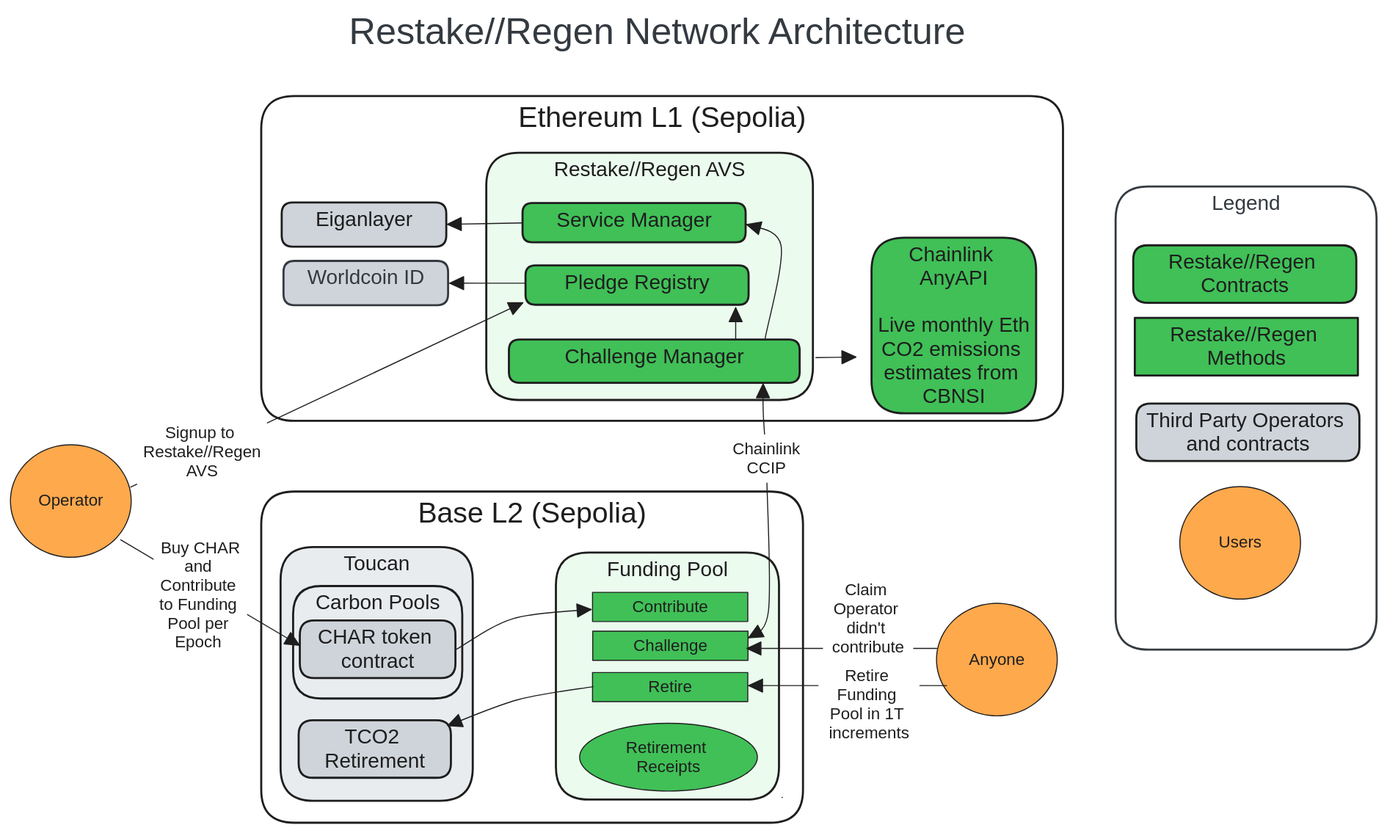
Earlier version of the Excalidraw export assets/figures/network_diagram.excalidraw.svg (willemolding/Restake-Regen). Source tidied: one line per element, renumbered; positions are measured from the earlier drawing's top-left corner, leaving out a move shared by most shapes.
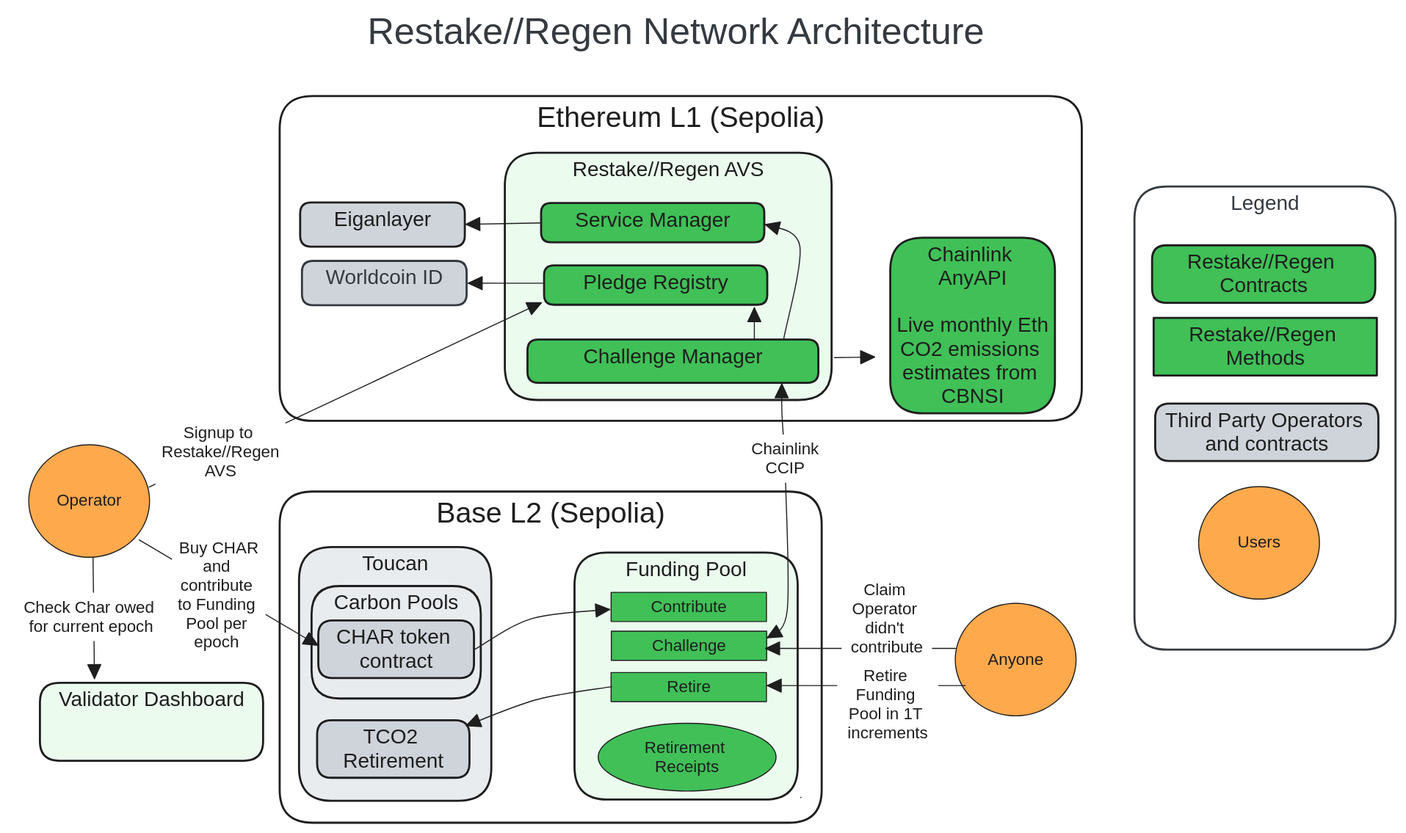
After the change.

The edit, as a diff of the source:
```diff
@@ -45,7 +45,7 @@
 {"id": 44, "type": "text", "text": "Operator", "strokeColor": "#1e1e1e", "strokeWidth": 1, "roughness": 0, "fontSize": 16, "fontFamily": 2, "textAlign": "center", "verticalAlign": "middle", "inside": 43, "x": 27, "y": 468, "width": 63, "height": 18}
 {"id": 45, "type": "arrow", "strokeColor": "#1e1e1e", "strokeWidth": 1, "roughness": 0, "endArrowhead": "triangle", "round": true, "from": 43, "to": 29, "x": 107, "y": 516, "width": 174, "height": 103, "points": [[0, 0], [174, 103]]}
 {"id": 46, "type": "rectangle", "strokeColor": "transparent", "backgroundColor": "#ffffff", "fillStyle": "solid", "strokeWidth": 1, "roughness": 0, "x": 139, "y": 509, "width": 91, "height": 121}
-{"id": 47, "type": "text", "text": "Buy CHAR\nand \nContribute \nto Funding \nPool per \nEpoch ", "strokeColor": "#1e1e1e", "backgroundColor": "#ffffff", "fillStyle": "solid", "strokeWidth": 1, "roughness": 0, "fontSize": 16, "fontFamily": 2, "textAlign": "center", "verticalAlign": "middle", "inside": 46, "x": 145, "y": 514, "width": 80, "height": 110}
+{"id": 47, "type": "text", "text": "Buy CHAR\nand \ncontribute \nto Funding \nPool per \nepoch ", "strokeColor": "#1e1e1e", "backgroundColor": "#ffffff", "fillStyle": "solid", "strokeWidth": 1, "roughness": 0, "fontSize": 16, "fontFamily": 2, "textAlign": "center", "verticalAlign": "middle", "inside": 46, "x": 145, "y": 514, "width": 80, "height": 110}
 {"id": 48, "type": "arrow", "strokeColor": "#1e1e1e", "strokeWidth": 1, "roughness": 0, "endArrowhead": "triangle", "round": true, "from": 54, "x": 902, "y": 621, "width": 185, "height": 0, "points": [[0, 0], [-185, 0]]}
 {"id": 49, "type": "rectangle", "strokeColor": "transparent", "backgroundColor": "#ffffff", "fillStyle": "solid", "strokeWidth": 1, "roughness": 0, "x": 791, "y": 550, "width": 88, "height": 84}
 {"id": 50, "type": "text", "text": "Claim \nOperator \ndidn't \ncontribute", "strokeColor": "#1e1e1e", "backgroundColor": "#ffffff", "fillStyle": "solid", "strokeWidth": 1, "roughness": 0, "fontSize": 16, "fontFamily": 2, "textAlign": "center", "verticalAlign": "middle", "inside": 49, "x": 800, "y": 555, "width": 70, "height": 74}
@@ -73,3 +73,8 @@
 {"id": 72, "type": "arrow", "strokeColor": "#1e1e1e", "strokeWidth": 1, "roughness": 0, "endArrowhead": "triangle", "round": true, "from": 23, "to": 21, "x": 735, "y": 319, "width": 34, "height": 111, "points": [[0, 0], [16, -90], [-18, -111]]}
 {"id": 73, "type": "arrow", "strokeColor": "#1e1e1e", "strokeWidth": 1, "roughness": 0, "endArrowhead": "triangle", "round": true, "to": 6, "x": 567, "y": 659, "width": 141, "height": 38, "points": [[0, 0], [-73, 13], [-141, 38]]}
 {"id": 74, "type": "arrow", "strokeColor": "#1e1e1e", "strokeWidth": 1, "roughness": 0, "endArrowhead": "triangle", "round": true, "from": 29, "to": 33, "x": 435, "y": 622, "width": 131, "height": 39, "points": [[0, 0], [55, -30], [131, -39]]}
+{"id": 75, "type": "rectangle", "strokeColor": "#1e1e1e", "backgroundColor": "#ebfbee", "fillStyle": "solid", "strokeWidth": 2, "roughness": 0, "round": true, "x": 11, "y": 655, "width": 217, "height": 76}
+{"id": 76, "type": "text", "text": "Validator Dashboard", "strokeColor": "#1e1e1e", "strokeWidth": 2, "roughness": 0, "fontSize": 20, "fontFamily": 2, "textAlign": "center", "inside": 75, "x": 29, "y": 660, "width": 181, "height": 23}
+{"id": 77, "type": "arrow", "strokeColor": "#1e1e1e", "strokeWidth": 1, "roughness": 0, "endArrowhead": "triangle", "round": true, "from": 43, "to": 75, "x": 63, "y": 533, "width": 1, "height": 117, "points": [[0, 0], [1, 117]]}
+{"id": 78, "type": "rectangle", "strokeColor": "transparent", "backgroundColor": "#ffffff", "fillStyle": "solid", "strokeWidth": 1, "roughness": 0, "x": -18, "y": 567, "width": 157, "height": 47}
+{"id": 79, "type": "text", "text": "Check Char owed \nfor current epoch", "strokeColor": "#1e1e1e", "backgroundColor": "#ffffff", "fillStyle": "solid", "strokeWidth": 1, "roughness": 0, "fontSize": 16, "fontFamily": 2, "textAlign": "center", "verticalAlign": "middle", "inside": 78, "x": -5, "y": 572, "width": 132, "height": 37}
```
